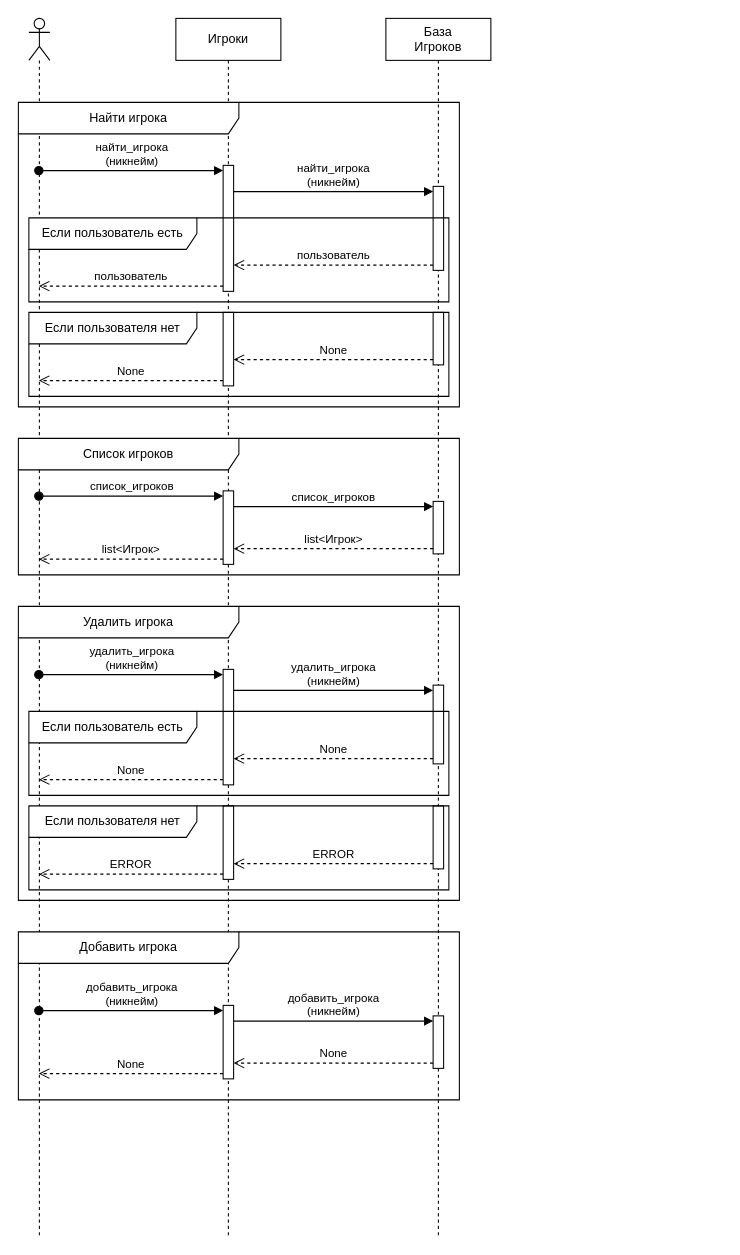
This is diagrams/Admin_Players.drawio from ShamsudinGH/table_games, a draw.io file, before an edit. Source tidied: cells renumbered, new cells numbered last; positions are measured from the earlier drawing's top-left corner, leaving out a move shared by most shapes. Both pictures are drawn from the tidied source at 105%, with x=0, y=0 at pixel (18, 18).
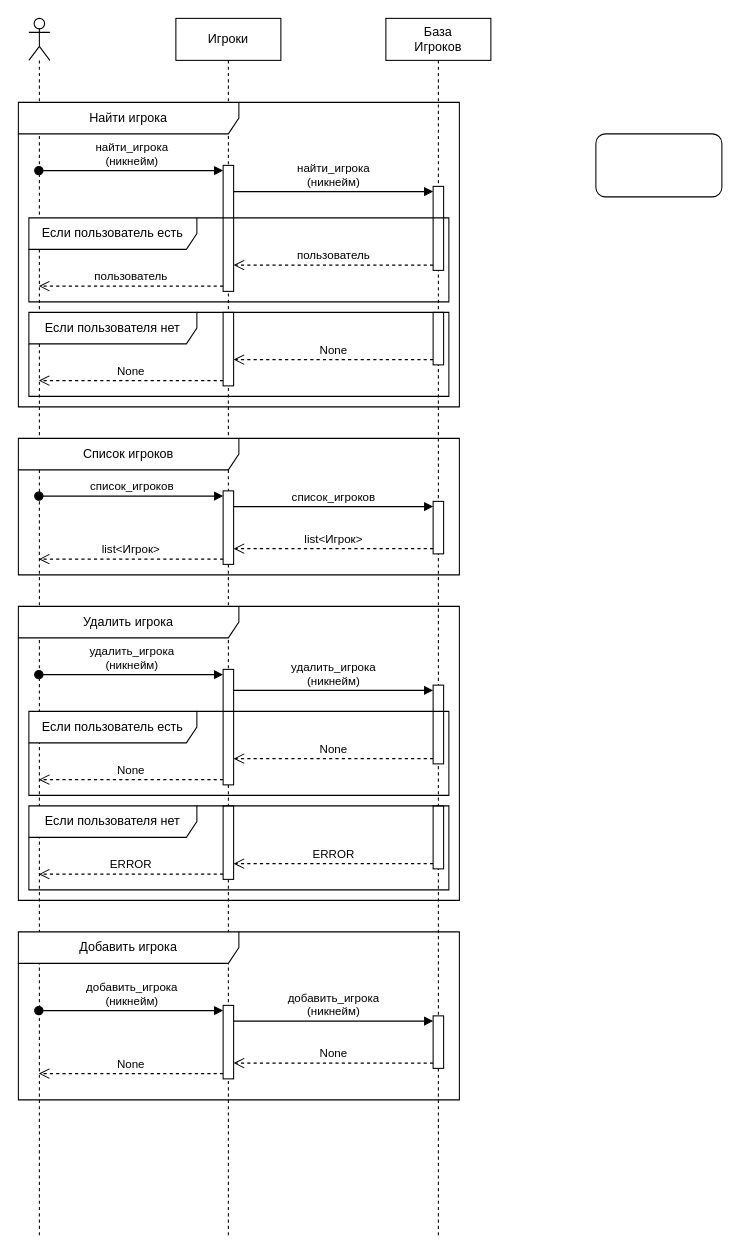
The same diagram, later.

Commit message:
изменил диаграмму

Diff of the diagram source:
```diff
@@
+    <mxCell id="45" style="rounded=1;whiteSpace=wrap;html=1;" parent="1" vertex="1">
+      <mxGeometry x="550" y="110" width="120" height="60" as="geometry" />
+    </mxCell>
```
